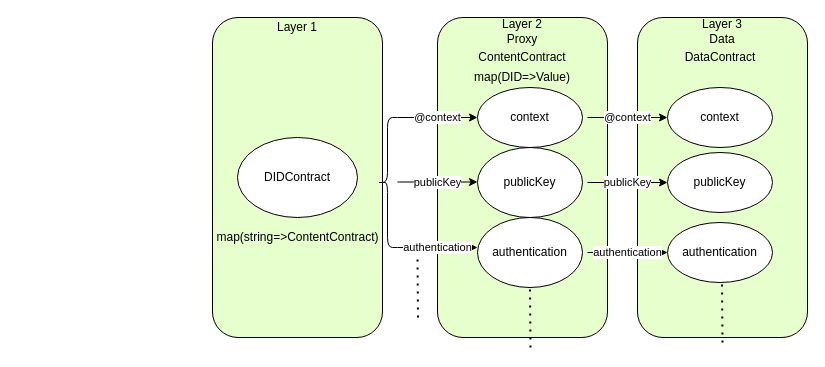
The draw.io diagram doc/设计.drawio in ontology-tech/DID-solidity, before the edit. Source tidied: cells renumbered, new cells numbered last; positions are measured from the earlier drawing's top-left corner, leaving out a move shared by most shapes. Both pictures are drawn from the tidied source at 100%, with x=0, y=0 at pixel (207, 17).
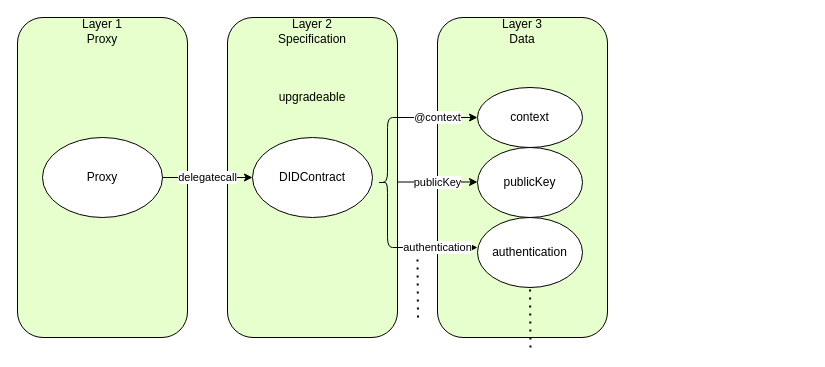
Above is the later version.

Change to the diagram source:
```diff
@@
     <mxCell id="2" style="rounded=1;whiteSpace=wrap;html=1;fillColor=#E6FFCC;" parent="1" vertex="1">
-      <mxGeometry x="5" width="170" height="320" as="geometry" />
+      <mxGeometry x="20" width="170" height="320" as="geometry" />
     </mxCell>
     <mxCell id="3" value="DIDContract" style="ellipse;whiteSpace=wrap;html=1;" parent="1" vertex="1">
-      <mxGeometry x="30" y="120" width="120" height="80" as="geometry" />
+      <mxGeometry x="45" y="120" width="120" height="80" as="geometry" />
     </mxCell>
@@
-    <mxCell id="5" value="&lt;span&gt;map(string=&amp;gt;ContentContract)&lt;/span&gt;" style="text;html=1;align=center;verticalAlign=middle;" parent="1" vertex="1">
-      <mxGeometry y="210" width="180" height="20" as="geometry" />
-    </mxCell>
-    <mxCell id="6" value="Layer 1" style="text;html=1;strokeColor=none;fillColor=none;align=center;verticalAlign=middle;whiteSpace=wrap;rounded=0;" parent="1" vertex="1">
-      <mxGeometry x="60" width="60" height="20" as="geometry" />
+    <mxCell id="6" value="Layer 2&lt;br&gt;Specification" style="text;html=1;strokeColor=none;fillColor=none;align=center;verticalAlign=middle;whiteSpace=wrap;rounded=0;" parent="1" vertex="1">
+      <mxGeometry x="75" y="4" width="60" height="20" as="geometry" />
     </mxCell>
@@
-    <mxCell id="8" value="Layer 2&lt;br&gt;Proxy" style="text;html=1;strokeColor=none;fillColor=none;align=center;verticalAlign=middle;whiteSpace=wrap;rounded=0;" parent="1" vertex="1">
+    <mxCell id="8" value="Layer 3&lt;br&gt;Data" style="text;html=1;strokeColor=none;fillColor=none;align=center;verticalAlign=middle;whiteSpace=wrap;rounded=0;" parent="1" vertex="1">
       <mxGeometry x="285" y="4" width="60" height="20" as="geometry" />
     </mxCell>
-    <mxCell id="9" value="ContentContract" style="text;html=1;strokeColor=none;fillColor=none;align=center;verticalAlign=middle;whiteSpace=wrap;rounded=0;" parent="1" vertex="1">
-      <mxGeometry x="295" y="30" width="40" height="20" as="geometry" />
-    </mxCell>
@@
-    <mxCell id="14" value="map(DID=&gt;Value)" style="text;html=1;strokeColor=none;fillColor=none;align=center;verticalAlign=middle;whiteSpace=wrap;rounded=0;" parent="1" vertex="1">
-      <mxGeometry x="295" y="50" width="40" height="20" as="geometry" />
-    </mxCell>
@@
-    <mxCell id="19" style="rounded=1;whiteSpace=wrap;html=1;fillColor=#E6FFCC;" parent="1" vertex="1">
-      <mxGeometry x="430" width="170" height="320" as="geometry" />
-    </mxCell>
-    <mxCell id="20" value="Layer 3&lt;br&gt;Data" style="text;html=1;strokeColor=none;fillColor=none;align=center;verticalAlign=middle;whiteSpace=wrap;rounded=0;" parent="1" vertex="1">
-      <mxGeometry x="485" y="4" width="60" height="20" as="geometry" />
-    </mxCell>
-    <mxCell id="21" value="context" style="ellipse;whiteSpace=wrap;html=1;fillColor=#FFFFFF;" parent="1" vertex="1">
-      <mxGeometry x="460" y="70" width="105" height="60" as="geometry" />
-    </mxCell>
-    <mxCell id="22" value="@context" style="endArrow=classic;html=1;exitX=1;exitY=0;exitDx=0;exitDy=0;exitPerimeter=0;entryX=0;entryY=0.5;entryDx=0;entryDy=0;" parent="1" edge="1" target="21">
-      <mxGeometry relative="1" as="geometry">
-        <mxPoint x="380" y="100" as="sourcePoint" />
-      </mxGeometry>
-    </mxCell>
-    <mxCell id="23" value="DataContract" style="text;html=1;strokeColor=none;fillColor=none;align=center;verticalAlign=middle;whiteSpace=wrap;rounded=0;" parent="1" vertex="1">
-      <mxGeometry x="492.5" y="30" width="40" height="20" as="geometry" />
-    </mxCell>
-    <mxCell id="24" value="publicKey" style="ellipse;whiteSpace=wrap;html=1;fillColor=#FFFFFF;" parent="1" vertex="1">
-      <mxGeometry x="460" y="135" width="105" height="60" as="geometry" />
-    </mxCell>
-    <mxCell id="25" value="publicKey" style="endArrow=classic;html=1;exitX=1;exitY=0;exitDx=0;exitDy=0;exitPerimeter=0;entryX=0;entryY=0.5;entryDx=0;entryDy=0;" parent="1" edge="1" target="24">
-      <mxGeometry relative="1" as="geometry">
-        <mxPoint x="380" y="165" as="sourcePoint" />
-      </mxGeometry>
-    </mxCell>
-    <mxCell id="26" value="authentication" style="ellipse;whiteSpace=wrap;html=1;fillColor=#FFFFFF;" parent="1" vertex="1">
-      <mxGeometry x="460" y="205" width="105" height="60" as="geometry" />
-    </mxCell>
-    <mxCell id="27" value="authentication" style="endArrow=classic;html=1;exitX=1;exitY=0;exitDx=0;exitDy=0;exitPerimeter=0;entryX=0;entryY=0.5;entryDx=0;entryDy=0;" parent="1" edge="1" target="26">
-      <mxGeometry relative="1" as="geometry">
-        <mxPoint x="380" y="235" as="sourcePoint" />
-      </mxGeometry>
-    </mxCell>
-    <mxCell id="28" style="endArrow=none;dashed=1;html=1;dashPattern=1 3;strokeWidth=2;entryX=0.5;entryY=1;entryDx=0;entryDy=0;" parent="1" edge="1">
-      <mxGeometry relative="1" as="geometry">
-        <mxPoint x="515" y="325" as="sourcePoint" />
-        <mxPoint x="514.5" y="265" as="targetPoint" />
-      </mxGeometry>
-    </mxCell>
+    <mxCell id="29" style="rounded=1;whiteSpace=wrap;html=1;fillColor=#E6FFCC;" parent="1" vertex="1">
+      <mxGeometry x="-190" width="170" height="320" as="geometry" />
+    </mxCell>
+    <mxCell id="30" value="Layer 1&lt;br&gt;Proxy" style="text;html=1;strokeColor=none;fillColor=none;align=center;verticalAlign=middle;whiteSpace=wrap;rounded=0;" parent="1" vertex="1">
+      <mxGeometry x="-135" y="4" width="60" height="20" as="geometry" />
+    </mxCell>
+    <mxCell id="31" value="Proxy" style="ellipse;whiteSpace=wrap;html=1;" parent="1" vertex="1">
+      <mxGeometry x="-165" y="120" width="120" height="80" as="geometry" />
+    </mxCell>
+    <mxCell id="32" value="delegatecall" style="edgeStyle=orthogonalEdgeStyle;rounded=0;jettySize=auto;html=1;" parent="1" edge="1" source="31" target="3">
+      <mxGeometry relative="1" as="geometry" />
+    </mxCell>
+    <mxCell id="33" value="upgradeable" style="text;html=1;strokeColor=none;fillColor=none;align=center;verticalAlign=middle;whiteSpace=wrap;rounded=0;" parent="1" vertex="1">
+      <mxGeometry x="85" y="70" width="40" height="20" as="geometry" />
+    </mxCell>
```
